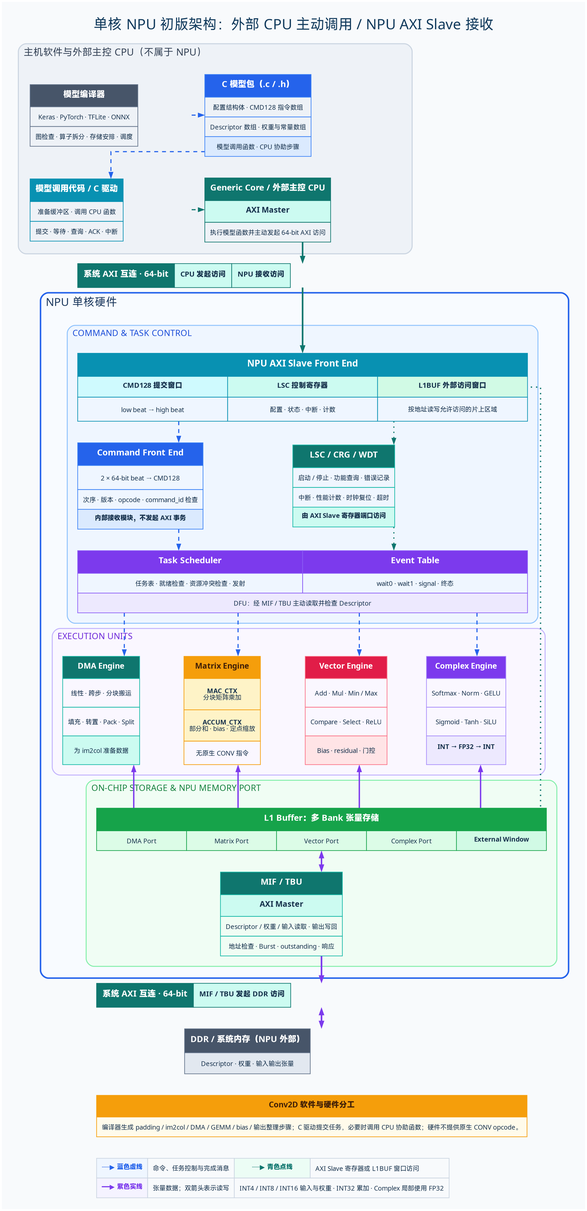
This is NPU/assets/npu_single_core_architecture_ppt.png from Little-W/Obsidian, a Graphviz export, as it was before one commit. Its source is kept beside it as NPU/assets/npu_single_core_architecture_ppt.dot.
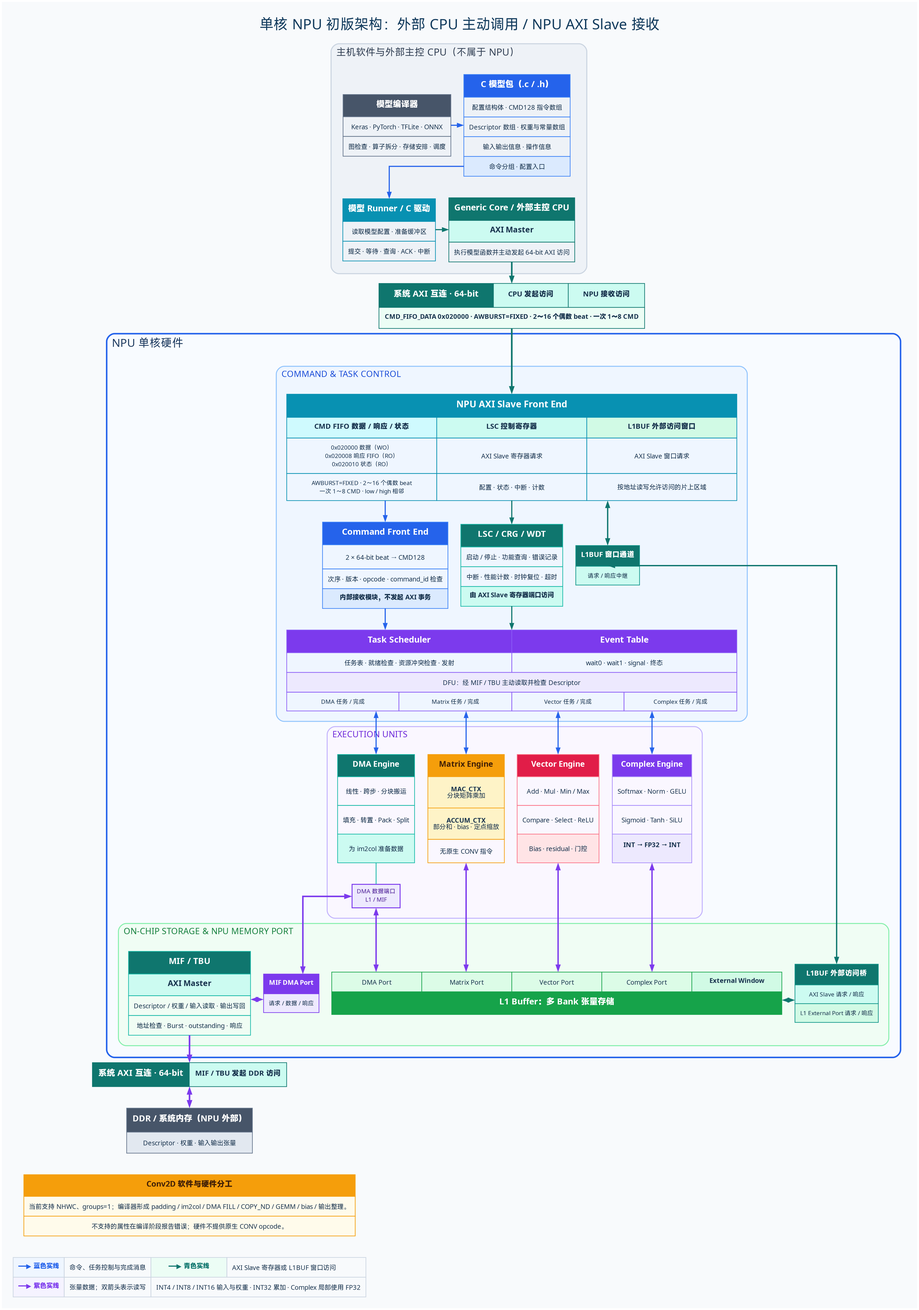
After the commit.

The edit, as a diff of the source:
```diff
@@ -11,3 +11,3 @@
     splines=ortho,
-    outputorder=edgesfirst,
+    outputorder=nodesfirst,
     fontname="Microsoft YaHei",
@@ -56,3 +56,3 @@
       label=<
-        <TABLE BORDER="0" CELLBORDER="1" CELLSPACING="0" CELLPADDING="7" COLOR="#64748B" WIDTH="248">
+        <TABLE BORDER="0" CELLBORDER="1" CELLSPACING="0" CELLPADDING="7" COLOR="#64748B">
           <TR><TD BGCOLOR="#475569" VALIGN="MIDDLE"><FONT FACE="Microsoft YaHei" COLOR="#FFFFFF" POINT-SIZE="13"><B>模型编译器</B></FONT></TD></TR>
@@ -67,3 +67,3 @@
       label=<
-        <TABLE BORDER="0" CELLBORDER="1" CELLSPACING="0" CELLPADDING="7" COLOR="#3B82F6" WIDTH="300">
+        <TABLE BORDER="0" CELLBORDER="1" CELLSPACING="0" CELLPADDING="7" COLOR="#3B82F6">
           <TR><TD BGCOLOR="#2563EB" VALIGN="MIDDLE"><FONT FACE="Microsoft YaHei" COLOR="#FFFFFF" POINT-SIZE="13"><B>C 模型包（.c / .h）</B></FONT></TD></TR>
@@ -71,3 +71,4 @@
           <TR><TD VALIGN="MIDDLE"><FONT FACE="Microsoft YaHei" POINT-SIZE="10">Descriptor 数组 · 权重与常量数组</FONT></TD></TR>
-          <TR><TD BGCOLOR="#DBEAFE" VALIGN="MIDDLE"><FONT FACE="Microsoft YaHei" POINT-SIZE="10">模型调用函数 · CPU 协助步骤</FONT></TD></TR>
+          <TR><TD VALIGN="MIDDLE"><FONT FACE="Microsoft YaHei" POINT-SIZE="10">输入输出信息 · 操作信息</FONT></TD></TR>
+          <TR><TD BGCOLOR="#DBEAFE" VALIGN="MIDDLE"><FONT FACE="Microsoft YaHei" POINT-SIZE="10">命令分组 · 配置入口</FONT></TD></TR>
         </TABLE>
@@ -79,5 +80,5 @@
       label=<
-        <TABLE BORDER="0" CELLBORDER="1" CELLSPACING="0" CELLPADDING="7" COLOR="#0891B2" WIDTH="248">
-          <TR><TD BGCOLOR="#0891B2" VALIGN="MIDDLE"><FONT FACE="Microsoft YaHei" COLOR="#FFFFFF" POINT-SIZE="13"><B>模型调用代码 / C 驱动</B></FONT></TD></TR>
-          <TR><TD VALIGN="MIDDLE"><FONT FACE="Microsoft YaHei" POINT-SIZE="10">准备缓冲区 · 调用 CPU 函数</FONT></TD></TR>
+        <TABLE BORDER="0" CELLBORDER="1" CELLSPACING="0" CELLPADDING="7" COLOR="#0891B2">
+          <TR><TD BGCOLOR="#0891B2" VALIGN="MIDDLE"><FONT FACE="Microsoft YaHei" COLOR="#FFFFFF" POINT-SIZE="13"><B>模型 Runner / C 驱动</B></FONT></TD></TR>
+          <TR><TD VALIGN="MIDDLE"><FONT FACE="Microsoft YaHei" POINT-SIZE="10">读取模型配置 · 准备缓冲区</FONT></TD></TR>
           <TR><TD VALIGN="MIDDLE"><FONT FACE="Microsoft YaHei" POINT-SIZE="10">提交 · 等待 · 查询 · ACK · 中断</FONT></TD></TR>
@@ -90,3 +91,3 @@
       label=<
-        <TABLE BORDER="0" CELLBORDER="1" CELLSPACING="0" CELLPADDING="7" COLOR="#0F766E" WIDTH="300">
+        <TABLE BORDER="0" CELLBORDER="1" CELLSPACING="0" CELLPADDING="7" COLOR="#0F766E">
           <TR><TD BGCOLOR="#0F766E" VALIGN="MIDDLE"><FONT FACE="Microsoft YaHei" COLOR="#FFFFFF" POINT-SIZE="13"><B>Generic Core / 外部主控 CPU</B></FONT></TD></TR>
@@ -103,3 +104,3 @@
       color="#2563EB",
-      style=dashed
+      style=solid
     ];
@@ -107,3 +108,3 @@
       color="#2563EB",
-      style=dashed
+      style=solid
     ];
@@ -111,3 +112,3 @@
       color="#0F766E",
-      style=dashed
+      style=solid
     ];
@@ -118,3 +119,3 @@
     label=<
-      <TABLE BORDER="0" CELLBORDER="1" CELLSPACING="0" CELLPADDING="8" COLOR="#0F766E" WIDTH="690">
+      <TABLE BORDER="0" CELLBORDER="1" CELLSPACING="0" CELLPADDING="8" COLOR="#0F766E">
         <TR>
@@ -123,2 +124,5 @@
           <TD BGCOLOR="#CCFBF1" VALIGN="MIDDLE"><FONT FACE="Microsoft YaHei" POINT-SIZE="11"><B>NPU 接收访问</B></FONT></TD>
+        </TR>
+        <TR>
+          <TD COLSPAN="3" BGCOLOR="#ECFDF5" VALIGN="MIDDLE"><FONT FACE="Microsoft YaHei" POINT-SIZE="10"><B>CMD_FIFO_DATA 0x020000 · AWBURST=FIXED · 2～16 个偶数 beat · 一次 1～8 CMD</B></FONT></TD>
         </TR>
@@ -162,6 +166,6 @@
         label=<
-          <TABLE BORDER="0" CELLBORDER="1" CELLSPACING="0" CELLPADDING="7" COLOR="#0891B2" WIDTH="690">
+          <TABLE BORDER="0" CELLBORDER="1" CELLSPACING="0" CELLPADDING="7" COLOR="#0891B2">
             <TR><TD COLSPAN="3" BGCOLOR="#0891B2" VALIGN="MIDDLE"><FONT FACE="Microsoft YaHei" COLOR="#FFFFFF" POINT-SIZE="14"><B>NPU AXI Slave Front End</B></FONT></TD></TR>
             <TR>
-              <TD BGCOLOR="#CFFAFE" WIDTH="230" VALIGN="MIDDLE"><FONT FACE="Microsoft YaHei" POINT-SIZE="11"><B>CMD128 提交窗口</B></FONT></TD>
+              <TD BGCOLOR="#CFFAFE" WIDTH="230" VALIGN="MIDDLE"><FONT FACE="Microsoft YaHei" POINT-SIZE="11"><B>CMD FIFO 数据 / 响应 / 状态</B></FONT></TD>
               <TD BGCOLOR="#CCFBF1" WIDTH="230" VALIGN="MIDDLE"><FONT FACE="Microsoft YaHei" POINT-SIZE="11"><B>LSC 控制寄存器</B></FONT></TD>
@@ -170,3 +174,8 @@
             <TR>
-              <TD PORT="cmd" VALIGN="MIDDLE"><FONT FACE="Microsoft YaHei" POINT-SIZE="10">low beat → high beat</FONT></TD>
+              <TD VALIGN="MIDDLE"><FONT FACE="Microsoft YaHei" POINT-SIZE="9">0x020000 数据（WO）<BR/>0x020008 响应 FIFO（RO）<BR/>0x020010 状态（RO）</FONT></TD>
+              <TD VALIGN="MIDDLE"><FONT FACE="Microsoft YaHei" POINT-SIZE="10">AXI Slave 寄存器请求</FONT></TD>
+              <TD VALIGN="MIDDLE"><FONT FACE="Microsoft YaHei" POINT-SIZE="10">AXI Slave 窗口请求</FONT></TD>
+            </TR>
+            <TR>
+              <TD PORT="cmd" VALIGN="MIDDLE"><FONT FACE="Microsoft YaHei" POINT-SIZE="9">AWBURST=FIXED · 2～16 个偶数 beat<BR/>一次 1～8 CMD · low / high 相邻</FONT></TD>
               <TD PORT="csr" VALIGN="MIDDLE"><FONT FACE="Microsoft YaHei" POINT-SIZE="10">配置 · 状态 · 中断 · 计数</FONT></TD>
@@ -181,3 +190,3 @@
         label=<
-          <TABLE BORDER="0" CELLBORDER="1" CELLSPACING="0" CELLPADDING="7" COLOR="#3B82F6" WIDTH="310">
+          <TABLE BORDER="0" CELLBORDER="1" CELLSPACING="0" CELLPADDING="7" COLOR="#3B82F6">
             <TR><TD BGCOLOR="#2563EB" VALIGN="MIDDLE"><FONT FACE="Microsoft YaHei" COLOR="#FFFFFF" POINT-SIZE="13"><B>Command Front End</B></FONT></TD></TR>
@@ -193,3 +202,3 @@
         label=<
-          <TABLE BORDER="0" CELLBORDER="1" CELLSPACING="0" CELLPADDING="7" COLOR="#14B8A6" WIDTH="310">
+          <TABLE BORDER="0" CELLBORDER="1" CELLSPACING="0" CELLPADDING="7" COLOR="#14B8A6">
             <TR><TD BGCOLOR="#0F766E" VALIGN="MIDDLE"><FONT FACE="Microsoft YaHei" COLOR="#FFFFFF" POINT-SIZE="13"><B>LSC / CRG / WDT</B></FONT></TD></TR>
@@ -202,2 +211,12 @@
 
+      l1_window_channel [
+        shape=plain,
+        label=<
+          <TABLE BORDER="0" CELLBORDER="1" CELLSPACING="0" CELLPADDING="7" COLOR="#0D9488">
+            <TR><TD BGCOLOR="#0F766E" VALIGN="MIDDLE"><FONT FACE="Microsoft YaHei" COLOR="#FFFFFF" POINT-SIZE="11"><B>L1BUF 窗口通道</B></FONT></TD></TR>
+            <TR><TD BGCOLOR="#CCFBF1" VALIGN="MIDDLE"><FONT FACE="Microsoft YaHei" POINT-SIZE="9">请求 / 响应中继</FONT></TD></TR>
+          </TABLE>
+        >
+      ];
+
       scheduler [
@@ -205,13 +224,19 @@
         label=<
-          <TABLE BORDER="0" CELLBORDER="1" CELLSPACING="0" CELLPADDING="7" COLOR="#8B5CF6" WIDTH="690">
+          <TABLE BORDER="0" CELLBORDER="1" CELLSPACING="0" CELLPADDING="7" COLOR="#8B5CF6">
             <TR>
-              <TD BGCOLOR="#7C3AED" WIDTH="345" VALIGN="MIDDLE"><FONT FACE="Microsoft YaHei" COLOR="#FFFFFF" POINT-SIZE="13"><B>Task Scheduler</B></FONT></TD>
-              <TD BGCOLOR="#7C3AED" WIDTH="345" VALIGN="MIDDLE"><FONT FACE="Microsoft YaHei" COLOR="#FFFFFF" POINT-SIZE="13"><B>Event Table</B></FONT></TD>
+              <TD COLSPAN="2" BGCOLOR="#7C3AED" WIDTH="345" VALIGN="MIDDLE"><FONT FACE="Microsoft YaHei" COLOR="#FFFFFF" POINT-SIZE="13"><B>Task Scheduler</B></FONT></TD>
+              <TD COLSPAN="2" BGCOLOR="#7C3AED" WIDTH="345" VALIGN="MIDDLE"><FONT FACE="Microsoft YaHei" COLOR="#FFFFFF" POINT-SIZE="13"><B>Event Table</B></FONT></TD>
             </TR>
             <TR>
-              <TD VALIGN="MIDDLE"><FONT FACE="Microsoft YaHei" POINT-SIZE="10">任务表 · 就绪检查 · 资源冲突检查 · 发射</FONT></TD>
-              <TD VALIGN="MIDDLE"><FONT FACE="Microsoft YaHei" POINT-SIZE="10">wait0 · wait1 · signal · 终态</FONT></TD>
+              <TD COLSPAN="2" VALIGN="MIDDLE"><FONT FACE="Microsoft YaHei" POINT-SIZE="10">任务表 · 就绪检查 · 资源冲突检查 · 发射</FONT></TD>
+              <TD COLSPAN="2" VALIGN="MIDDLE"><FONT FACE="Microsoft YaHei" POINT-SIZE="10">wait0 · wait1 · signal · 终态</FONT></TD>
             </TR>
             <TR>
-              <TD COLSPAN="2" BGCOLOR="#EDE9FE" VALIGN="MIDDLE"><FONT FACE="Microsoft YaHei" POINT-SIZE="10">DFU：经 MIF / TBU 主动读取并检查 Descriptor</FONT></TD>
+              <TD COLSPAN="4" BGCOLOR="#EDE9FE" VALIGN="MIDDLE"><FONT FACE="Microsoft YaHei" POINT-SIZE="10">DFU：经 MIF / TBU 主动读取并检查 Descriptor</FONT></TD>
+            </TR>
+            <TR>
+              <TD PORT="dma_task" WIDTH="172" VALIGN="MIDDLE"><FONT FACE="Microsoft YaHei" POINT-SIZE="9">DMA 任务 / 完成</FONT></TD>
+              <TD PORT="matrix_task" WIDTH="173" VALIGN="MIDDLE"><FONT FACE="Microsoft YaHei" POINT-SIZE="9">Matrix 任务 / 完成</FONT></TD>
+              <TD PORT="vector_task" WIDTH="172" VALIGN="MIDDLE"><FONT FACE="Microsoft YaHei" POINT-SIZE="9">Vector 任务 / 完成</FONT></TD>
+              <TD PORT="complex_task" WIDTH="173" VALIGN="MIDDLE"><FONT FACE="Microsoft YaHei" POINT-SIZE="9">Complex 任务 / 完成</FONT></TD>
             </TR>
@@ -221,3 +246,5 @@
 
-      { rank=same; cfe; lsc; }
+      { rank=same; cfe; lsc; l1_window_channel; }
+      cfe -> lsc [style=invis, weight=20];
+      lsc -> l1_window_channel [style=invis, weight=20];
 
@@ -225,3 +252,3 @@
         color="#2563EB",
-        style=dashed
+        style=solid
       ];
@@ -229,3 +256,11 @@
         color="#0F766E",
-        style=dotted
+        style=solid
+      ];
+      axi_slave:l1win:s -> l1_window_channel:n [
+        color="#0F766E",
+        style=solid,
+        dir=both,
+        arrowhead=normal,
+        arrowtail=normal,
+        penwidth=2.0
       ];
@@ -233,3 +268,3 @@
         color="#2563EB",
-        style=dashed
+        style=solid
       ];
@@ -237,3 +272,3 @@
         color="#0F766E",
-        style=dotted
+        style=solid
       ];
@@ -257,9 +292,21 @@
         label=<
-          <TABLE BORDER="0" CELLBORDER="1" CELLSPACING="0" CELLPADDING="7" COLOR="#14B8A6" WIDTH="166" HEIGHT="166" FIXEDSIZE="TRUE">
-            <TR><TD BGCOLOR="#0F766E" HEIGHT="34" VALIGN="MIDDLE"><FONT FACE="Microsoft YaHei" COLOR="#FFFFFF" POINT-SIZE="12"><B>DMA Engine</B></FONT></TD></TR>
-            <TR><TD HEIGHT="44" VALIGN="MIDDLE"><FONT FACE="Microsoft YaHei" POINT-SIZE="10">线性 · 跨步 · 分块搬运</FONT></TD></TR>
-            <TR><TD HEIGHT="44" VALIGN="MIDDLE"><FONT FACE="Microsoft YaHei" POINT-SIZE="10">填充 · 转置 · Pack · Split</FONT></TD></TR>
-            <TR><TD BGCOLOR="#CCFBF1" HEIGHT="44" VALIGN="MIDDLE"><FONT FACE="Microsoft YaHei" POINT-SIZE="10">为 im2col 准备数据</FONT></TD></TR>
+          <TABLE BORDER="0" CELLBORDER="1" CELLSPACING="0" CELLPADDING="7" COLOR="#14B8A6">
+            <TR><TD COLSPAN="2" BGCOLOR="#0F766E" HEIGHT="34" VALIGN="MIDDLE"><FONT FACE="Microsoft YaHei" COLOR="#FFFFFF" POINT-SIZE="12"><B>DMA Engine</B></FONT></TD></TR>
+            <TR><TD COLSPAN="2" HEIGHT="44" VALIGN="MIDDLE"><FONT FACE="Microsoft YaHei" POINT-SIZE="10">线性 · 跨步 · 分块搬运</FONT></TD></TR>
+            <TR><TD COLSPAN="2" HEIGHT="44" VALIGN="MIDDLE"><FONT FACE="Microsoft YaHei" POINT-SIZE="10">填充 · 转置 · Pack · Split</FONT></TD></TR>
+            <TR><TD COLSPAN="2" BGCOLOR="#CCFBF1" HEIGHT="44" VALIGN="MIDDLE"><FONT FACE="Microsoft YaHei" POINT-SIZE="10">为 im2col 准备数据</FONT></TD></TR>
           </TABLE>
         >
+      ];
+
+      dma_data_port [
+        shape=box,
+        style="filled",
+        color="#7C3AED",
+        fillcolor="#EDE9FE",
+        fontcolor="#4C1D95",
+        fontname="Microsoft YaHei",
+        fontsize=9,
+        margin="0.10,0.07",
+        label="DMA 数据端口\nL1 / MIF"
       ];
@@ -269,3 +316,3 @@
         label=<
-          <TABLE BORDER="0" CELLBORDER="1" CELLSPACING="0" CELLPADDING="7" COLOR="#F59E0B" WIDTH="166" HEIGHT="166" FIXEDSIZE="TRUE">
+          <TABLE BORDER="0" CELLBORDER="1" CELLSPACING="0" CELLPADDING="7" COLOR="#F59E0B">
             <TR><TD BGCOLOR="#F59E0B" HEIGHT="34" VALIGN="MIDDLE"><FONT FACE="Microsoft YaHei" COLOR="#422006" POINT-SIZE="12"><B>Matrix Engine</B></FONT></TD></TR>
@@ -281,3 +328,3 @@
         label=<
-          <TABLE BORDER="0" CELLBORDER="1" CELLSPACING="0" CELLPADDING="7" COLOR="#FB7185" WIDTH="166" HEIGHT="166" FIXEDSIZE="TRUE">
+          <TABLE BORDER="0" CELLBORDER="1" CELLSPACING="0" CELLPADDING="7" COLOR="#FB7185">
             <TR><TD BGCOLOR="#E11D48" HEIGHT="34" VALIGN="MIDDLE"><FONT FACE="Microsoft YaHei" COLOR="#FFFFFF" POINT-SIZE="12"><B>Vector Engine</B></FONT></TD></TR>
@@ -293,3 +340,3 @@
         label=<
-          <TABLE BORDER="0" CELLBORDER="1" CELLSPACING="0" CELLPADDING="7" COLOR="#A78BFA" WIDTH="166" HEIGHT="166" FIXEDSIZE="TRUE">
+          <TABLE BORDER="0" CELLBORDER="1" CELLSPACING="0" CELLPADDING="7" COLOR="#A78BFA">
             <TR><TD BGCOLOR="#7C3AED" HEIGHT="34" VALIGN="MIDDLE"><FONT FACE="Microsoft YaHei" COLOR="#FFFFFF" POINT-SIZE="12"><B>Complex Engine</B></FONT></TD></TR>
@@ -306,19 +353,37 @@
       vector -> complex [style=invis, weight=20];
+      dma -> dma_data_port [
+        color="#14B8A6",
+        dir=none,
+        penwidth=1.2,
+        weight=30
+      ];
     }
 
-    scheduler:s -> dma:n [
+    scheduler:dma_task:s -> dma:n [
       color="#2563EB",
-      style=dashed
+      style=solid,
+      dir=both,
+      arrowhead=normal,
+      arrowtail=normal
     ];
-    scheduler:s -> matrix:n [
+    scheduler:matrix_task:s -> matrix:n [
       color="#2563EB",
-      style=dashed
+      style=solid,
+      dir=both,
+      arrowhead=normal,
+      arrowtail=normal
     ];
-    scheduler:s -> vector:n [
+    scheduler:vector_task:s -> vector:n [
       color="#2563EB",
-      style=dashed
+      style=solid,
+      dir=both,
+      arrowhead=normal,
+      arrowtail=normal
     ];
-    scheduler:s -> complex:n [
+    scheduler:complex_task:s -> complex:n [
       color="#2563EB",
-      style=dashed
+      style=solid,
+      dir=both,
+      arrowhead=normal,
+      arrowtail=normal
     ];
@@ -341,4 +406,3 @@
         label=<
-          <TABLE BORDER="0" CELLBORDER="1" CELLSPACING="0" CELLPADDING="7" COLOR="#16A34A" WIDTH="690">
-            <TR><TD COLSPAN="5" BGCOLOR="#16A34A" VALIGN="MIDDLE"><FONT FACE="Microsoft YaHei" COLOR="#FFFFFF" POINT-SIZE="13"><B>L1 Buffer：多 Bank 张量存储</B></FONT></TD></TR>
+          <TABLE BORDER="0" CELLBORDER="1" CELLSPACING="0" CELLPADDING="7" COLOR="#16A34A">
             <TR>
@@ -350,2 +414,14 @@
             </TR>
+            <TR><TD COLSPAN="5" BGCOLOR="#16A34A" VALIGN="MIDDLE"><FONT FACE="Microsoft YaHei" COLOR="#FFFFFF" POINT-SIZE="13"><B>L1 Buffer：多 Bank 张量存储</B></FONT></TD></TR>
+          </TABLE>
+        >
+      ];
+
+      l1_bridge [
+        shape=plain,
+        label=<
+          <TABLE BORDER="0" CELLBORDER="1" CELLSPACING="0" CELLPADDING="7" COLOR="#0D9488">
+            <TR><TD BGCOLOR="#0F766E" VALIGN="MIDDLE"><FONT FACE="Microsoft YaHei" COLOR="#FFFFFF" POINT-SIZE="11"><B>L1BUF 外部访问桥</B></FONT></TD></TR>
+            <TR><TD BGCOLOR="#CCFBF1" VALIGN="MIDDLE"><FONT FACE="Microsoft YaHei" POINT-SIZE="9">AXI Slave 请求 / 响应</FONT></TD></TR>
+            <TR><TD BGCOLOR="#D1FAE5" VALIGN="MIDDLE"><FONT FACE="Microsoft YaHei" POINT-SIZE="9">L1 External Port 请求 / 响应</FONT></TD></TR>
           </TABLE>
@@ -357,3 +433,3 @@
         label=<
-          <TABLE BORDER="0" CELLBORDER="1" CELLSPACING="0" CELLPADDING="7" COLOR="#14B8A6" WIDTH="310">
+          <TABLE BORDER="0" CELLBORDER="1" CELLSPACING="0" CELLPADDING="7" COLOR="#14B8A6">
             <TR><TD BGCOLOR="#0F766E" VALIGN="MIDDLE"><FONT FACE="Microsoft YaHei" COLOR="#FFFFFF" POINT-SIZE="13"><B>MIF / TBU</B></FONT></TD></TR>
@@ -366,4 +442,20 @@
 
-      l1:s -> mif_tbu:n [
-        color="#7C3AED",
+      mif_dma_port [
+        shape=plain,
+        label=<
+          <TABLE BORDER="0" CELLBORDER="1" CELLSPACING="0" CELLPADDING="7" COLOR="#7C3AED">
+            <TR><TD BGCOLOR="#7C3AED" VALIGN="MIDDLE"><FONT FACE="Microsoft YaHei" COLOR="#FFFFFF" POINT-SIZE="10"><B>MIF DMA Port</B></FONT></TD></TR>
+            <TR><TD BGCOLOR="#EDE9FE" VALIGN="MIDDLE"><FONT FACE="Microsoft YaHei" POINT-SIZE="9">请求 / 数据 / 响应</FONT></TD></TR>
+          </TABLE>
+        >
+      ];
+
+      { rank=same; mif_tbu; mif_dma_port; l1; l1_bridge; }
+      mif_tbu -> mif_dma_port [style=invis, weight=20];
+      mif_dma_port -> l1 [style=invis, weight=20];
+      l1 -> l1_bridge [style=invis, weight=20];
+
+      l1:external:e -> l1_bridge:w [
+        color="#0F766E",
+        style=solid,
         dir=both,
@@ -371,3 +463,4 @@
         arrowtail=normal,
-        penwidth=2.3
+        penwidth=2.0,
+        constraint=false
       ];
@@ -375,3 +468,3 @@
 
-    dma:s -> l1:dma:n [
+    dma_data_port:s -> l1:dma:n [
       color="#7C3AED",
@@ -404,5 +497,26 @@
 
-    axi_slave:l1win:s -> l1:external:n [
+    dma_data_port:w -> mif_dma_port:n [
+      color="#7C3AED",
+      dir=both,
+      arrowhead=normal,
+      arrowtail=normal,
+      penwidth=2.3,
+      constraint=false
+    ];
+
+    mif_tbu:e -> mif_dma_port:w [
+      color="#7C3AED",
+      dir=both,
+      arrowhead=normal,
+      arrowtail=normal,
+      penwidth=2.3,
+      constraint=false
+    ];
+
+    l1_window_channel:s -> l1_bridge:n [
       color="#0F766E",
-      style=dotted,
+      style=solid,
+      dir=both,
+      arrowhead=normal,
+      arrowtail=normal,
       penwidth=2.0,
@@ -420,3 +534,3 @@
     label=<
-      <TABLE BORDER="0" CELLBORDER="1" CELLSPACING="0" CELLPADDING="8" COLOR="#0F766E" WIDTH="690">
+      <TABLE BORDER="0" CELLBORDER="1" CELLSPACING="0" CELLPADDING="8" COLOR="#0F766E">
         <TR>
@@ -432,3 +546,3 @@
     label=<
-      <TABLE BORDER="0" CELLBORDER="1" CELLSPACING="0" CELLPADDING="8" COLOR="#64748B" WIDTH="420">
+      <TABLE BORDER="0" CELLBORDER="1" CELLSPACING="0" CELLPADDING="8" COLOR="#64748B">
         <TR><TD BGCOLOR="#475569" VALIGN="MIDDLE"><FONT FACE="Microsoft YaHei" COLOR="#FFFFFF" POINT-SIZE="13"><B>DDR / 系统内存（NPU 外部）</B></FONT></TD></TR>
@@ -454,5 +568,6 @@
     label=<
-      <TABLE BORDER="0" CELLBORDER="1" CELLSPACING="0" CELLPADDING="7" COLOR="#F59E0B" WIDTH="690">
+      <TABLE BORDER="0" CELLBORDER="1" CELLSPACING="0" CELLPADDING="7" COLOR="#F59E0B">
         <TR><TD BGCOLOR="#F59E0B" VALIGN="MIDDLE"><FONT FACE="Microsoft YaHei" COLOR="#422006" POINT-SIZE="12"><B>Conv2D 软件与硬件分工</B></FONT></TD></TR>
-        <TR><TD BGCOLOR="#FFFBEB" VALIGN="MIDDLE"><FONT FACE="Microsoft YaHei" POINT-SIZE="10">编译器生成 padding / im2col / DMA / GEMM / bias / 输出整理步骤；C 驱动提交任务，必要时调用 CPU 协助函数；硬件不提供原生 CONV opcode。</FONT></TD></TR>
+        <TR><TD BGCOLOR="#FFFBEB" VALIGN="MIDDLE"><FONT FACE="Microsoft YaHei" POINT-SIZE="10">当前支持 NHWC、groups=1；编译器形成 padding / im2col / DMA FILL / COPY_ND / GEMM / bias / 输出整理。</FONT></TD></TR>
+        <TR><TD BGCOLOR="#FFFBEB" VALIGN="MIDDLE"><FONT FACE="Microsoft YaHei" POINT-SIZE="10">不支持的属性在编译阶段报告错误；硬件不提供原生 CONV opcode。</FONT></TD></TR>
       </TABLE>
@@ -464,7 +579,7 @@
     label=<
-      <TABLE BORDER="0" CELLBORDER="1" CELLSPACING="0" CELLPADDING="7" COLOR="#CBD5E1" WIDTH="690">
+      <TABLE BORDER="0" CELLBORDER="1" CELLSPACING="0" CELLPADDING="7" COLOR="#CBD5E1">
         <TR>
-          <TD BGCOLOR="#EFF6FF" VALIGN="MIDDLE"><FONT FACE="Microsoft YaHei" COLOR="#2563EB" POINT-SIZE="10"><B>┄┄▶ 蓝色虚线</B></FONT></TD>
+          <TD BGCOLOR="#EFF6FF" VALIGN="MIDDLE"><FONT FACE="Microsoft YaHei" COLOR="#2563EB" POINT-SIZE="10"><B>━━▶ 蓝色实线</B></FONT></TD>
           <TD ALIGN="LEFT" VALIGN="MIDDLE"><FONT FACE="Microsoft YaHei" POINT-SIZE="10">命令、任务控制与完成消息</FONT></TD>
-          <TD BGCOLOR="#ECFDF5" VALIGN="MIDDLE"><FONT FACE="Microsoft YaHei" COLOR="#0F766E" POINT-SIZE="10"><B>┈┈▶ 青色点线</B></FONT></TD>
+          <TD BGCOLOR="#ECFDF5" VALIGN="MIDDLE"><FONT FACE="Microsoft YaHei" COLOR="#0F766E" POINT-SIZE="10"><B>━━▶ 青色实线</B></FONT></TD>
           <TD ALIGN="LEFT" VALIGN="MIDDLE"><FONT FACE="Microsoft YaHei" POINT-SIZE="10">AXI Slave 寄存器或 L1BUF 窗口访问</FONT></TD>
```
